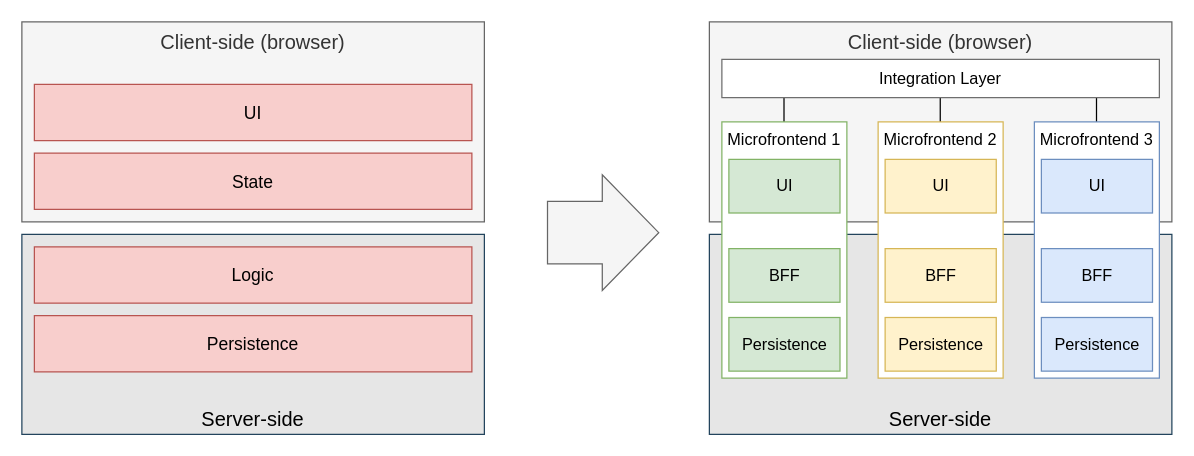
openmfe/website keeps this draw.io diagram as page "verticalisation" (6 of 8) of src/assets/images/mwa.drawio. Above is the earlier version. Source tidied: cells renumbered, new cells numbered last; positions are measured from the earlier drawing's top-left corner, leaving out a move shared by most shapes. Both pictures are drawn from the tidied source at 125%, with x=0, y=0 at pixel (21, 21).
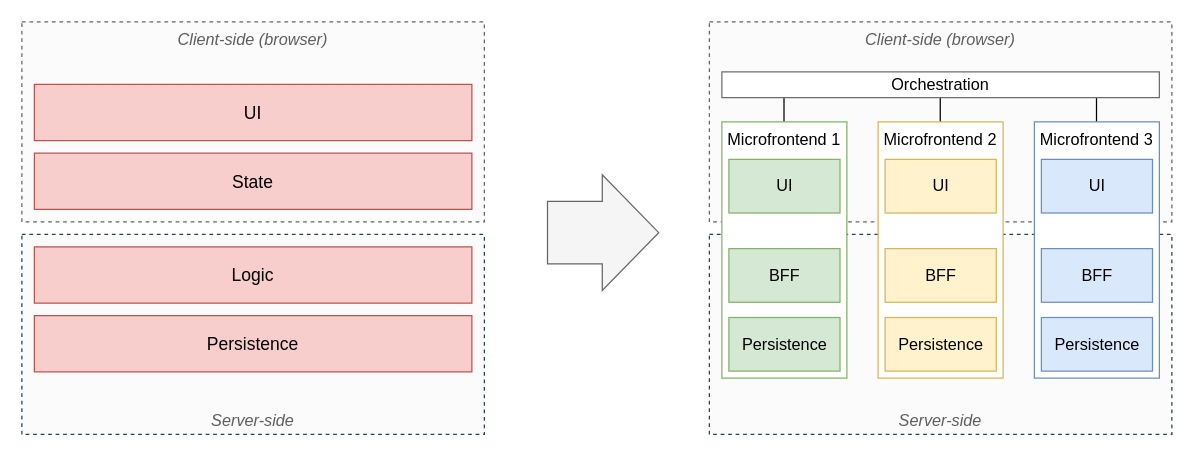
After the change.

Diff of the diagram source:
```diff
@@
-    <mxCell id="2" value="Server-side" style="rounded=0;whiteSpace=wrap;html=1;verticalAlign=bottom;fillColor=#E6E6E6;strokeColor=#23445d;fontSize=16;" parent="1" vertex="1">
+    <mxCell id="2" value="Server-side" style="rounded=0;whiteSpace=wrap;html=1;verticalAlign=bottom;strokeColor=#23445d;fontSize=13;dashed=1;fillColor=#fbfbfb;fontStyle=2;fontColor=#5E5E5E;" parent="1" vertex="1">
       <mxGeometry x="550" y="170" width="370" height="160" as="geometry" />
     </mxCell>
-    <mxCell id="3" value="Client-side (browser)" style="rounded=0;whiteSpace=wrap;html=1;verticalAlign=top;fillColor=#f5f5f5;fontColor=#333333;strokeColor=#666666;fontSize=16;" parent="1" vertex="1">
+    <mxCell id="3" value="Client-side (browser)" style="rounded=0;whiteSpace=wrap;html=1;verticalAlign=top;strokeColor=#666666;fontSize=13;fillColor=#fbfbfb;dashed=1;fontStyle=2;fontColor=#5E5E5E;" parent="1" vertex="1">
       <mxGeometry x="550" width="370" height="160" as="geometry" />
     </mxCell>
-    <mxCell id="4" value="Server-side" style="rounded=0;whiteSpace=wrap;html=1;verticalAlign=bottom;fillColor=#E6E6E6;strokeColor=#23445d;fontSize=16;" parent="1" vertex="1">
+    <mxCell id="4" value="Server-side" style="rounded=0;whiteSpace=wrap;html=1;verticalAlign=bottom;strokeColor=#23445d;fontSize=13;fillColor=#fbfbfb;dashed=1;fontStyle=2;fontColor=#5E5E5E;" parent="1" vertex="1">
       <mxGeometry y="170" width="370" height="160" as="geometry" />
     </mxCell>
-    <mxCell id="5" value="Client-side (browser)" style="rounded=0;whiteSpace=wrap;html=1;verticalAlign=top;fillColor=#f5f5f5;fontColor=#333333;strokeColor=#666666;fontSize=16;" parent="1" vertex="1">
+    <mxCell id="5" value="Client-side (browser)" style="rounded=0;whiteSpace=wrap;html=1;verticalAlign=top;strokeColor=#666666;fontSize=13;fillColor=#fbfbfb;dashed=1;fontStyle=2;fontColor=#5E5E5E;" parent="1" vertex="1">
       <mxGeometry width="370" height="160" as="geometry" />
     </mxCell>
@@
-    <mxCell id="26" value="Integration Layer" style="rounded=0;whiteSpace=wrap;html=1;fontSize=13;strokeColor=#6E6E6E;" parent="1" vertex="1">
-      <mxGeometry x="560" y="30" width="350" height="30.6" as="geometry" />
+    <mxCell id="26" value="Orchestration" style="rounded=0;whiteSpace=wrap;html=1;fontSize=13;strokeColor=#6E6E6E;" parent="1" vertex="1">
+      <mxGeometry x="560" y="40" width="350" height="20.6" as="geometry" />
     </mxCell>
```
